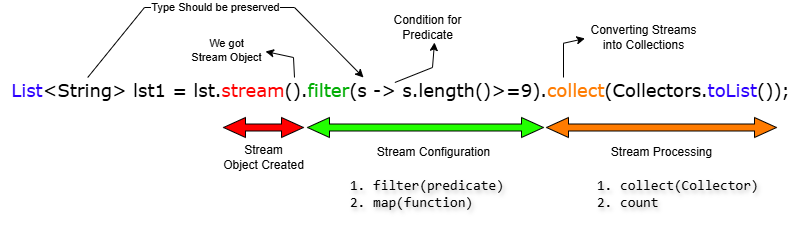
Alpha-Pk/My-Drawings keeps this draw.io diagram as Stream_Processing.png. Above is the earlier version. Source tidied: cells renumbered, new cells last; positions are measured from the earlier drawing's top-left corner, leaving out a move shared by most shapes.
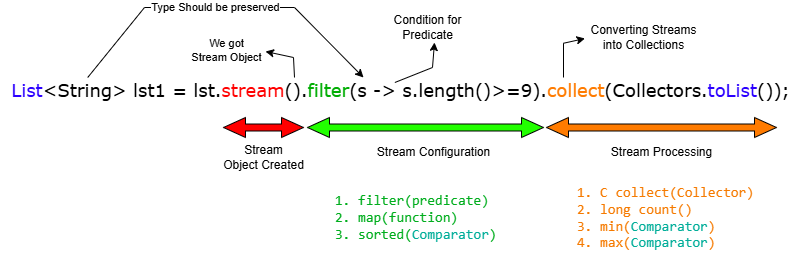
The same file after the commit.

What changed in the source:
```diff
@@ -66,8 +66,8 @@
         </Array>
       </mxGeometry>
     </mxCell>
-    <mxCell id="17" value="&lt;pre&gt;&lt;ol&gt;&lt;li style=&quot;text-align: justify;&quot;&gt;filter(predicate)&lt;/li&gt;&lt;li style=&quot;text-align: justify;&quot;&gt;map(function)&lt;/li&gt;&lt;/ol&gt;&lt;/pre&gt;" style="text;html=1;align=left;verticalAlign=middle;whiteSpace=wrap;rounded=0;fontSize=14;spacingTop=2;textShadow=1;labelBorderColor=none;" parent="1" vertex="1">
-      <mxGeometry x="330.5" y="146" width="189" height="80" as="geometry" />
+    <mxCell id="17" value="&lt;pre&gt;&lt;ol&gt;&lt;li style=&quot;text-align: justify;&quot;&gt;filter(predicate)&lt;/li&gt;&lt;li style=&quot;text-align: justify;&quot;&gt;map(function)&lt;/li&gt;&lt;li style=&quot;text-align: justify;&quot;&gt;sorted(&lt;font color=&quot;#00ad99&quot;&gt;Comparator&lt;/font&gt;)&lt;/li&gt;&lt;/ol&gt;&lt;/pre&gt;" style="text;html=1;align=left;verticalAlign=middle;whiteSpace=wrap;rounded=0;fontSize=14;spacingTop=2;textShadow=0;labelBorderColor=none;fontColor=#00ad1d;labelBackgroundColor=none;" parent="1" vertex="1">
+      <mxGeometry x="316" y="170" width="234" height="80" as="geometry" />
     </mxCell>
     <mxCell id="18" style="endArrow=classic;html=1;rounded=0;entryX=0.889;entryY=0.425;entryDx=0;entryDy=0;entryPerimeter=0;" parent="1" edge="1">
       <mxGeometry relative="1" as="geometry">
@@ -78,8 +78,8 @@
         </Array>
       </mxGeometry>
     </mxCell>
-    <mxCell id="19" value="&lt;pre&gt;&lt;ol&gt;&lt;li style=&quot;text-align: justify;&quot;&gt;collect(Collector)&lt;/li&gt;&lt;li style=&quot;text-align: justify;&quot;&gt;count&lt;/li&gt;&lt;/ol&gt;&lt;/pre&gt;" style="text;html=1;align=left;verticalAlign=middle;whiteSpace=wrap;rounded=0;fontSize=14;spacingTop=2;textShadow=1;labelBorderColor=none;" parent="1" vertex="1">
-      <mxGeometry x="578" y="146" width="189" height="80" as="geometry" />
+    <mxCell id="19" value="&lt;pre&gt;&lt;ol&gt;&lt;li style=&quot;text-align: justify;&quot;&gt;&lt;font&gt;C&lt;/font&gt; collect(Collector)&lt;/li&gt;&lt;li style=&quot;text-align: justify;&quot;&gt;&lt;font&gt;long&lt;/font&gt; count()&lt;/li&gt;&lt;li style=&quot;text-align: justify;&quot;&gt;min(&lt;span style=&quot;color: rgb(0, 173, 153);&quot;&gt;Comparator&lt;/span&gt;)&lt;/li&gt;&lt;li style=&quot;text-align: justify;&quot;&gt;max(&lt;span style=&quot;color: rgb(0, 173, 153);&quot;&gt;Comparator&lt;/span&gt;)&lt;/li&gt;&lt;/ol&gt;&lt;/pre&gt;" style="text;html=1;align=left;verticalAlign=middle;whiteSpace=wrap;rounded=0;fontSize=14;spacingTop=2;textShadow=0;labelBorderColor=none;fontColor=#f57a00;" parent="1" vertex="1">
+      <mxGeometry x="558.2" y="170" width="205.5" height="80" as="geometry" />
     </mxCell>
   </root>
 </mxGraphModel>
```
